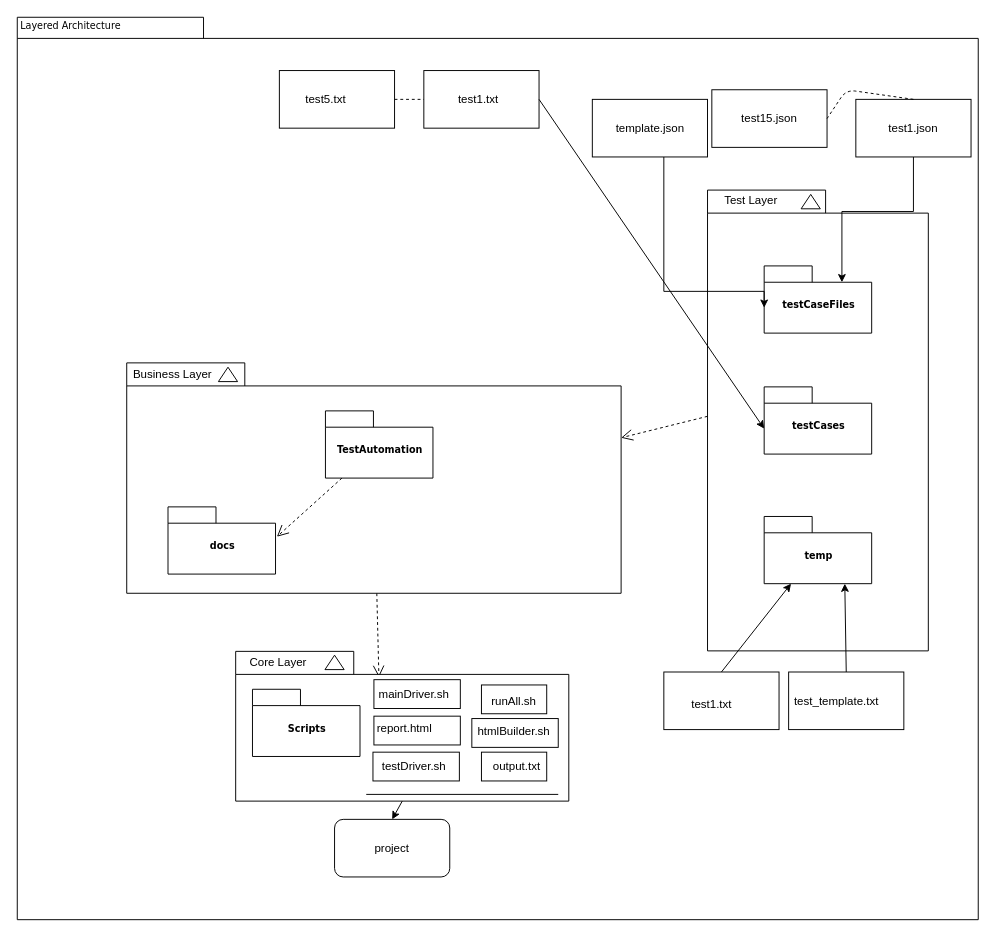
Above: Architectural-Framework.drawio in csci-362-01-2019/Team3 (draw.io), before the change. Source tidied: cells renumbered, new cells numbered last; positions are measured from the earlier drawing's top-left corner, leaving out a move shared by most shapes. Both pictures are drawn from the tidied source at 96%, with x=0, y=0 at pixel (16, 16).
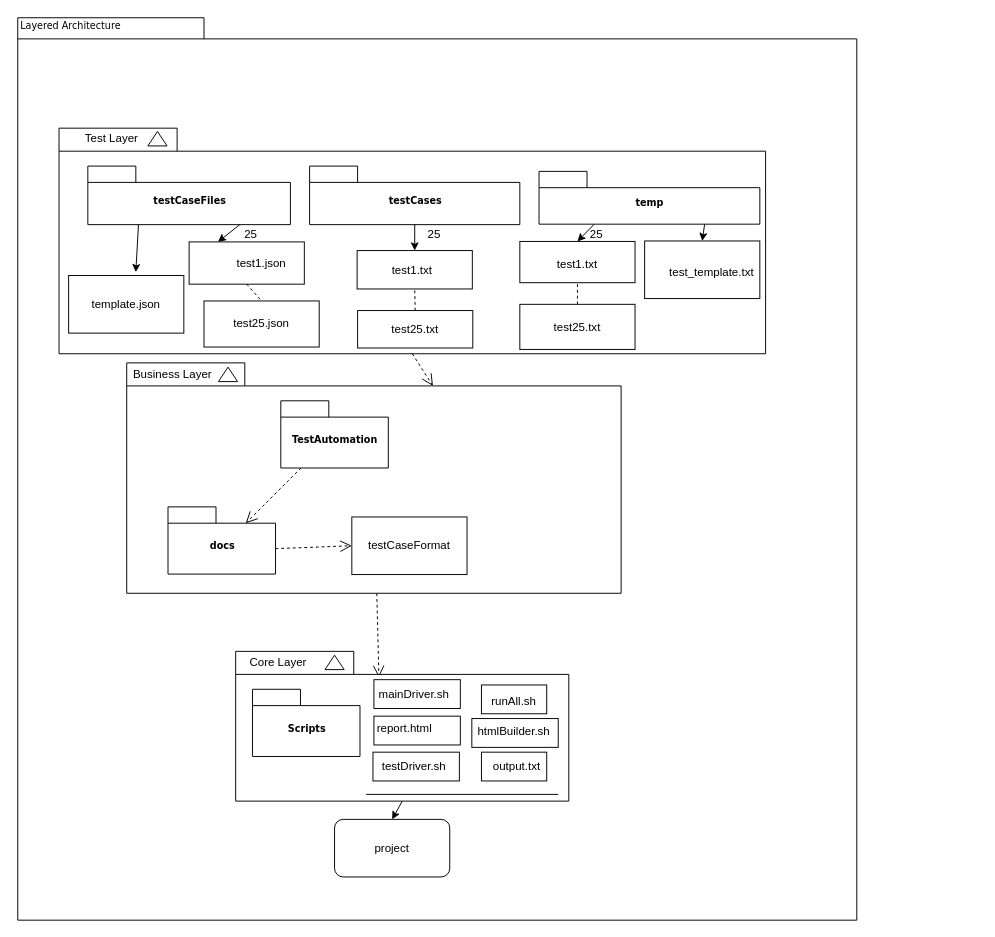
Above is the later version.

The change refers to these unchanged cells:
```xml
<mxCell id="12" style="shape=folder;fontStyle=1;spacingTop=10;tabWidth=123;tabHeight=24;tabPosition=left;html=1;rounded=0;shadow=0;comic=0;labelBackgroundColor=none;strokeColor=#000000;strokeWidth=1;fillColor=#ffffff;fontFamily=Verdana;fontSize=10;fontColor=#000000;align=center;" parent="1" vertex="1">
  <mxGeometry x="114.5" y="360.5" width="515" height="240" as="geometry" />
</mxCell>
<mxCell id="15" value="docs" style="shape=folder;fontStyle=1;spacingTop=10;tabWidth=50;tabHeight=17;tabPosition=left;html=1;rounded=0;shadow=0;comic=0;labelBackgroundColor=none;strokeColor=#000000;strokeWidth=1;fillColor=#ffffff;fontFamily=Verdana;fontSize=10;fontColor=#000000;align=center;" parent="1" vertex="1">
  <mxGeometry x="157.5" y="510.5" width="112" height="70" as="geometry" />
</mxCell>
```

Diff of the diagram source:
```diff
@@
     <mxCell id="2" style="shape=folder;fontStyle=1;spacingTop=10;tabWidth=194;tabHeight=22;tabPosition=left;html=1;rounded=0;shadow=0;comic=0;labelBackgroundColor=none;strokeColor=#000000;strokeWidth=1;fillColor=none;fontFamily=Verdana;fontSize=10;fontColor=#000000;align=center;" parent="1" vertex="1">
-      <mxGeometry x="0.5" y="0.5" width="1001" height="940" as="geometry" />
+      <mxGeometry x="1" y="1" width="874" height="940" as="geometry" />
     </mxCell>
     <mxCell id="3" style="group;" parent="1" vertex="1">
-      <mxGeometry x="719.5" y="180.5" width="230" height="480" as="geometry" />
+      <mxGeometry x="48" y="116" width="766" height="253.5" as="geometry" />
     </mxCell>
     <mxCell id="4" style="group;" parent="3" vertex="1">
-      <mxGeometry width="230" height="480" as="geometry" />
+      <mxGeometry x="-4" width="770" height="253.5" as="geometry" />
     </mxCell>
     <mxCell id="5" style="shape=folder;fontStyle=1;spacingTop=10;tabWidth=123;tabHeight=24;tabPosition=left;html=1;rounded=0;shadow=0;comic=0;labelBackgroundColor=none;strokeColor=#000000;strokeWidth=1;fillColor=#ffffff;fontFamily=Verdana;fontSize=10;fontColor=#000000;align=center;" parent="4" vertex="1">
-      <mxGeometry width="230" height="480" as="geometry" />
+      <mxGeometry width="736" height="235" as="geometry" />
     </mxCell>
-    <mxCell id="6" style="triangle;whiteSpace=wrap;html=1;rounded=0;shadow=0;comic=0;labelBackgroundColor=none;strokeColor=#000000;strokeWidth=1;fillColor=#ffffff;fontFamily=Verdana;fontSize=10;fontColor=#000000;align=center;rotation=-90;" parent="4" vertex="1">
-      <mxGeometry x="100" y="2" width="15" height="20" as="geometry" />
-    </mxCell>
     <mxCell id="7" value="testCaseFiles" style="shape=folder;fontStyle=1;spacingTop=10;tabWidth=50;tabHeight=17;tabPosition=left;html=1;rounded=0;shadow=0;comic=0;labelBackgroundColor=none;strokeColor=#000000;strokeWidth=1;fillColor=#ffffff;fontFamily=Verdana;fontSize=10;fontColor=#000000;align=center;" parent="4" vertex="1">
-      <mxGeometry x="59" y="79" width="112" height="70" as="geometry" />
+      <mxGeometry x="30" y="39.5" width="211" height="61" as="geometry" />
     </mxCell>
     <mxCell id="8" value="testCases" style="shape=folder;fontStyle=1;spacingTop=10;tabWidth=50;tabHeight=17;tabPosition=left;html=1;rounded=0;shadow=0;comic=0;labelBackgroundColor=none;strokeColor=#000000;strokeWidth=1;fillColor=#ffffff;fontFamily=Verdana;fontSize=10;fontColor=#000000;align=center;" parent="4" vertex="1">
-      <mxGeometry x="59" y="205" width="112" height="70" as="geometry" />
+      <mxGeometry x="261" y="39.5" width="219" height="61" as="geometry" />
     </mxCell>
     <mxCell id="9" value="temp" style="shape=folder;fontStyle=1;spacingTop=10;tabWidth=50;tabHeight=17;tabPosition=left;html=1;rounded=0;shadow=0;comic=0;labelBackgroundColor=none;strokeColor=#000000;strokeWidth=1;fillColor=#ffffff;fontFamily=Verdana;fontSize=10;fontColor=#000000;align=center;" parent="4" vertex="1">
-      <mxGeometry x="59" y="340" width="112" height="70" as="geometry" />
+      <mxGeometry x="500" y="45" width="230" height="55" as="geometry" />
     </mxCell>
     <mxCell id="10" value="Test Layer" style="text;html=1;strokeColor=none;fillColor=none;align=center;verticalAlign=middle;whiteSpace=wrap;rounded=0;" parent="4" vertex="1">
-      <mxGeometry width="90" height="20" as="geometry" />
+      <mxGeometry y="6" width="110" height="10" as="geometry" />
     </mxCell>
+    <mxCell id="61" style="triangle;whiteSpace=wrap;html=1;rounded=0;shadow=0;comic=0;labelBackgroundColor=none;strokeColor=#000000;strokeWidth=1;fillColor=#ffffff;fontFamily=Verdana;fontSize=10;fontColor=#000000;align=center;rotation=-90;" parent="4" vertex="1">
+      <mxGeometry x="95" y="1" width="15" height="20" as="geometry" />
+    </mxCell>
+    <mxCell id="29" style="rounded=0;whiteSpace=wrap;html=1;" parent="4" vertex="1">
+      <mxGeometry x="10" y="153.5" width="120" height="60" as="geometry" />
+    </mxCell>
+    <mxCell id="32" value="template.json" style="text;html=1;strokeColor=none;fillColor=none;align=center;verticalAlign=middle;whiteSpace=wrap;rounded=0;" parent="4" vertex="1">
+      <mxGeometry x="50" y="173.5" width="40" height="20" as="geometry" />
+    </mxCell>
+    <mxCell id="30" style="rounded=0;whiteSpace=wrap;html=1;" parent="4" vertex="1">
+      <mxGeometry x="135.5" y="118.5" width="120" height="44" as="geometry" />
+    </mxCell>
+    <mxCell id="31" style="rounded=0;whiteSpace=wrap;html=1;" parent="4" vertex="1">
+      <mxGeometry x="151" y="180" width="120" height="48" as="geometry" />
+    </mxCell>
+    <mxCell id="35" style="endArrow=none;dashed=1;html=1;entryX=0.5;entryY=0;entryDx=0;entryDy=0;exitX=0.5;exitY=1;exitDx=0;exitDy=0;" parent="4" edge="1" source="30" target="31">
+      <mxGeometry relative="1" as="geometry" />
+    </mxCell>
+    <mxCell id="42" style="rounded=0;whiteSpace=wrap;html=1;" parent="4" vertex="1">
+      <mxGeometry x="610" y="117.5" width="120" height="60" as="geometry" />
+    </mxCell>
+    <mxCell id="43" value="test_template.txt" style="text;html=1;strokeColor=none;fillColor=none;align=center;verticalAlign=middle;whiteSpace=wrap;rounded=0;" parent="4" vertex="1">
+      <mxGeometry x="650" y="141" width="60" height="20" as="geometry" />
+    </mxCell>
+    <mxCell id="62" style="endArrow=classic;html=1;entryX=0.5;entryY=0;entryDx=0;entryDy=0;exitX=0.75;exitY=1;exitDx=0;exitDy=0;exitPerimeter=0;" parent="4" edge="1" source="9" target="42">
+      <mxGeometry relative="1" as="geometry" />
+    </mxCell>
+    <mxCell id="44" style="rounded=0;whiteSpace=wrap;html=1;" parent="4" vertex="1">
+      <mxGeometry x="480" y="118" width="120" height="43" as="geometry" />
+    </mxCell>
+    <mxCell id="46" style="endArrow=classic;html=1;entryX=0.5;entryY=0;entryDx=0;entryDy=0;exitX=0.25;exitY=1;exitDx=0;exitDy=0;exitPerimeter=0;" parent="4" edge="1" source="9" target="44">
+      <mxGeometry relative="1" as="geometry" />
+    </mxCell>
+    <mxCell id="63" style="rounded=0;whiteSpace=wrap;html=1;" parent="4" vertex="1">
+      <mxGeometry x="480" y="183.5" width="120" height="47" as="geometry" />
+    </mxCell>
+    <mxCell id="64" style="endArrow=none;dashed=1;html=1;entryX=0.5;entryY=1;entryDx=0;entryDy=0;exitX=0.5;exitY=0;exitDx=0;exitDy=0;" parent="4" edge="1" source="63" target="44">
+      <mxGeometry relative="1" as="geometry" />
+    </mxCell>
+    <mxCell id="45" value="test1.txt" style="text;html=1;strokeColor=none;fillColor=none;align=center;verticalAlign=middle;whiteSpace=wrap;rounded=0;" parent="4" vertex="1">
+      <mxGeometry x="520" y="132" width="40" height="20" as="geometry" />
+    </mxCell>
+    <mxCell id="65" value="test25.txt" style="text;html=1;strokeColor=none;fillColor=none;align=center;verticalAlign=middle;whiteSpace=wrap;rounded=0;" parent="4" vertex="1">
+      <mxGeometry x="520" y="198" width="40" height="20" as="geometry" />
+    </mxCell>
+    <mxCell id="66" value="25" style="text;html=1;strokeColor=none;fillColor=none;align=center;verticalAlign=middle;whiteSpace=wrap;rounded=0;" parent="4" vertex="1">
+      <mxGeometry x="540" y="100.5" width="40" height="20" as="geometry" />
+    </mxCell>
+    <mxCell id="33" value="test1.json" style="text;html=1;strokeColor=none;fillColor=none;align=center;verticalAlign=middle;whiteSpace=wrap;rounded=0;" parent="4" vertex="1">
+      <mxGeometry x="191" y="130.5" width="40" height="20" as="geometry" />
+    </mxCell>
+    <mxCell id="34" value="test25.json" style="text;html=1;strokeColor=none;fillColor=none;align=center;verticalAlign=middle;whiteSpace=wrap;rounded=0;" parent="4" vertex="1">
+      <mxGeometry x="191" y="193.5" width="40" height="20" as="geometry" />
+    </mxCell>
+    <mxCell id="36" style="rounded=0;whiteSpace=wrap;html=1;" parent="4" vertex="1">
+      <mxGeometry x="310.5" y="127.5" width="120" height="40" as="geometry" />
+    </mxCell>
+    <mxCell id="38" style="rounded=0;whiteSpace=wrap;html=1;" parent="4" vertex="1">
+      <mxGeometry x="311" y="190" width="120" height="39" as="geometry" />
+    </mxCell>
+    <mxCell id="40" style="endArrow=none;dashed=1;html=1;entryX=0.5;entryY=1;entryDx=0;entryDy=0;exitX=0.5;exitY=0;exitDx=0;exitDy=0;" parent="4" edge="1" source="38" target="36">
+      <mxGeometry relative="1" as="geometry" />
+    </mxCell>
+    <mxCell id="41" style="endArrow=classic;html=1;exitX=0.5;exitY=1;exitDx=0;exitDy=0;exitPerimeter=0;entryX=0.5;entryY=0;entryDx=0;entryDy=0;" parent="4" edge="1" source="8" target="36">
+      <mxGeometry relative="1" as="geometry" />
+    </mxCell>
+    <mxCell id="37" value="test1.txt" style="text;html=1;strokeColor=none;fillColor=none;align=center;verticalAlign=middle;whiteSpace=wrap;rounded=0;" parent="4" vertex="1">
+      <mxGeometry x="348" y="137.5" width="40" height="20" as="geometry" />
+    </mxCell>
+    <mxCell id="39" value="test25.txt" style="text;html=1;strokeColor=none;fillColor=none;align=center;verticalAlign=middle;whiteSpace=wrap;rounded=0;" parent="4" vertex="1">
+      <mxGeometry x="351" y="199.5" width="40" height="20" as="geometry" />
+    </mxCell>
+    <mxCell id="67" value="25" style="text;html=1;strokeColor=none;fillColor=none;align=center;verticalAlign=middle;whiteSpace=wrap;rounded=0;" parent="4" vertex="1">
+      <mxGeometry x="370.5" y="100.5" width="40" height="20" as="geometry" />
+    </mxCell>
+    <mxCell id="68" style="endArrow=classic;html=1;entryX=0.583;entryY=-0.058;entryDx=0;entryDy=0;entryPerimeter=0;exitX=0.25;exitY=1;exitDx=0;exitDy=0;exitPerimeter=0;" parent="4" edge="1" source="7" target="29">
+      <mxGeometry relative="1" as="geometry" />
+    </mxCell>
+    <mxCell id="69" style="endArrow=classic;html=1;entryX=0.25;entryY=0;entryDx=0;entryDy=0;exitX=0.75;exitY=1;exitDx=0;exitDy=0;exitPerimeter=0;" parent="4" edge="1" source="7" target="30">
+      <mxGeometry relative="1" as="geometry" />
+    </mxCell>
+    <mxCell id="70" value="25" style="text;html=1;strokeColor=none;fillColor=none;align=center;verticalAlign=middle;whiteSpace=wrap;rounded=0;" parent="4" vertex="1">
+      <mxGeometry x="180" y="100.5" width="40" height="20" as="geometry" />
+    </mxCell>
@@
-    <mxCell id="13" style="edgeStyle=none;rounded=0;html=1;dashed=1;labelBackgroundColor=none;startFill=0;endArrow=open;endFill=0;endSize=10;fontFamily=Verdana;fontSize=10;entryX=1.013;entryY=0.444;entryPerimeter=0;" parent="1" edge="1" source="14" target="15">
+    <mxCell id="13" style="edgeStyle=none;rounded=0;html=1;dashed=1;labelBackgroundColor=none;startFill=0;endArrow=open;endFill=0;endSize=10;fontFamily=Verdana;fontSize=10;entryX=0;entryY=0;entryPerimeter=0;entryDx=81;entryDy=17;" parent="1" edge="1" source="14" target="15">
       <mxGeometry relative="1" as="geometry" />
     </mxCell>
     <mxCell id="14" value="TestAutomation" style="shape=folder;fontStyle=1;spacingTop=10;tabWidth=50;tabHeight=17;tabPosition=left;html=1;rounded=0;shadow=0;comic=0;labelBackgroundColor=none;strokeColor=#000000;strokeWidth=1;fillColor=#ffffff;fontFamily=Verdana;fontSize=10;fontColor=#000000;align=center;" parent="1" vertex="1">
-      <mxGeometry x="321.5" y="410.5" width="112" height="70" as="geometry" />
+      <mxGeometry x="275" y="400" width="112" height="70" as="geometry" />
     </mxCell>
@@
-    <mxCell id="26" style="edgeStyle=none;rounded=0;html=1;dashed=1;labelBackgroundColor=none;startFill=0;endArrow=open;endFill=0;endSize=10;fontFamily=Verdana;fontSize=10;exitX=0;exitY=0.491;exitPerimeter=0;entryX=0;entryY=0;entryDx=515;entryDy=78;entryPerimeter=0;exitDx=0;exitDy=0;" parent="1" edge="1" source="5" target="12">
+    <mxCell id="26" style="edgeStyle=none;rounded=0;html=1;dashed=1;labelBackgroundColor=none;startFill=0;endArrow=open;endFill=0;endSize=10;fontFamily=Verdana;fontSize=10;exitX=0.5;exitY=1;exitPerimeter=0;entryX=0;entryY=0;entryDx=319;entryDy=24;entryPerimeter=0;exitDx=0;exitDy=0;" parent="1" edge="1" source="5" target="12">
       <mxGeometry relative="1" as="geometry" />
     </mxCell>
-    <mxCell id="27" style="edgeStyle=orthogonalEdgeStyle;rounded=0;jettySize=auto;html=1;entryX=0;entryY=0;entryDx=0;entryDy=43.5;entryPerimeter=0;" parent="1" edge="1" source="29" target="7">
-      <mxGeometry relative="1" as="geometry">
-        <Array as="points">
-          <mxPoint x="674" y="286" />
-          <mxPoint x="779" y="286" />
-        </Array>
-      </mxGeometry>
-    </mxCell>
-    <mxCell id="28" style="edgeStyle=orthogonalEdgeStyle;rounded=0;jettySize=auto;html=1;entryX=0;entryY=0;entryDx=81;entryDy=17;entryPerimeter=0;exitX=0.5;exitY=1;exitDx=0;exitDy=0;" parent="1" edge="1" source="30" target="7">
-      <mxGeometry relative="1" as="geometry" />
-    </mxCell>
-    <mxCell id="29" style="rounded=0;whiteSpace=wrap;html=1;" parent="1" vertex="1">
-      <mxGeometry x="599.5" y="86" width="120" height="60" as="geometry" />
-    </mxCell>
-    <mxCell id="30" style="rounded=0;whiteSpace=wrap;html=1;" parent="1" vertex="1">
-      <mxGeometry x="874" y="86" width="120" height="60" as="geometry" />
-    </mxCell>
-    <mxCell id="31" style="rounded=0;whiteSpace=wrap;html=1;" parent="1" vertex="1">
-      <mxGeometry x="724" y="76" width="120" height="60" as="geometry" />
-    </mxCell>
-    <mxCell id="32" value="template.json" style="text;html=1;strokeColor=none;fillColor=none;align=center;verticalAlign=middle;whiteSpace=wrap;rounded=0;" parent="1" vertex="1">
-      <mxGeometry x="639.5" y="106" width="40" height="20" as="geometry" />
-    </mxCell>
-    <mxCell id="33" value="test1.json" style="text;html=1;strokeColor=none;fillColor=none;align=center;verticalAlign=middle;whiteSpace=wrap;rounded=0;" parent="1" vertex="1">
-      <mxGeometry x="914" y="106" width="40" height="20" as="geometry" />
-    </mxCell>
-    <mxCell id="34" value="test15.json" style="text;html=1;strokeColor=none;fillColor=none;align=center;verticalAlign=middle;whiteSpace=wrap;rounded=0;" parent="1" vertex="1">
-      <mxGeometry x="764" y="96" width="40" height="20" as="geometry" />
-    </mxCell>
-    <mxCell id="35" style="endArrow=none;dashed=1;html=1;entryX=1;entryY=0.5;entryDx=0;entryDy=0;exitX=0.5;exitY=0;exitDx=0;exitDy=0;" parent="1" edge="1" source="30" target="31">
-      <mxGeometry relative="1" as="geometry">
-        <Array as="points">
-          <mxPoint x="864" y="76" />
-        </Array>
-      </mxGeometry>
-    </mxCell>
-    <mxCell id="36" style="rounded=0;whiteSpace=wrap;html=1;" parent="1" vertex="1">
-      <mxGeometry x="424" y="56" width="120" height="60" as="geometry" />
-    </mxCell>
-    <mxCell id="37" value="test1.txt" style="text;html=1;strokeColor=none;fillColor=none;align=center;verticalAlign=middle;whiteSpace=wrap;rounded=0;" parent="1" vertex="1">
-      <mxGeometry x="461" y="76" width="40" height="20" as="geometry" />
-    </mxCell>
-    <mxCell id="38" style="rounded=0;whiteSpace=wrap;html=1;" parent="1" vertex="1">
-      <mxGeometry x="273.5" y="56" width="120" height="60" as="geometry" />
-    </mxCell>
-    <mxCell id="39" value="test5.txt" style="text;html=1;strokeColor=none;fillColor=none;align=center;verticalAlign=middle;whiteSpace=wrap;rounded=0;" parent="1" vertex="1">
-      <mxGeometry x="301.5" y="76" width="40" height="20" as="geometry" />
-    </mxCell>
-    <mxCell id="40" style="endArrow=none;dashed=1;html=1;entryX=0;entryY=0.5;entryDx=0;entryDy=0;exitX=1;exitY=0.5;exitDx=0;exitDy=0;" parent="1" edge="1" source="38" target="36">
-      <mxGeometry relative="1" as="geometry" />
-    </mxCell>
-    <mxCell id="41" style="endArrow=classic;html=1;entryX=0;entryY=0;entryDx=0;entryDy=43.5;entryPerimeter=0;exitX=1;exitY=0.5;exitDx=0;exitDy=0;" parent="1" edge="1" source="36" target="8">
-      <mxGeometry relative="1" as="geometry" />
-    </mxCell>
-    <mxCell id="42" style="rounded=0;whiteSpace=wrap;html=1;" parent="1" vertex="1">
-      <mxGeometry x="804" y="682.5" width="120" height="60" as="geometry" />
-    </mxCell>
-    <mxCell id="43" value="test_template.txt" style="text;html=1;strokeColor=none;fillColor=none;align=center;verticalAlign=middle;whiteSpace=wrap;rounded=0;" parent="1" vertex="1">
-      <mxGeometry x="824" y="703" width="60" height="20" as="geometry" />
-    </mxCell>
-    <mxCell id="44" style="rounded=0;whiteSpace=wrap;html=1;" parent="1" vertex="1">
-      <mxGeometry x="674" y="682.5" width="120" height="60" as="geometry" />
-    </mxCell>
-    <mxCell id="45" value="test1.txt" style="text;html=1;strokeColor=none;fillColor=none;align=center;verticalAlign=middle;whiteSpace=wrap;rounded=0;" parent="1" vertex="1">
-      <mxGeometry x="704" y="705.5" width="40" height="20" as="geometry" />
-    </mxCell>
-    <mxCell id="46" style="endArrow=classic;html=1;entryX=0.25;entryY=1;entryDx=0;entryDy=0;entryPerimeter=0;exitX=0.5;exitY=0;exitDx=0;exitDy=0;" parent="1" edge="1" source="44" target="9">
-      <mxGeometry relative="1" as="geometry" />
-    </mxCell>
-    <mxCell id="47" style="endArrow=classic;html=1;entryX=0.75;entryY=1;entryDx=0;entryDy=0;entryPerimeter=0;exitX=0.5;exitY=0;exitDx=0;exitDy=0;" parent="1" edge="1" source="42" target="9">
-      <mxGeometry relative="1" as="geometry" />
-    </mxCell>
@@
+    <mxCell id="71" style="rounded=0;whiteSpace=wrap;html=1;" parent="1" vertex="1">
+      <mxGeometry x="349" y="521" width="120" height="60" as="geometry" />
+    </mxCell>
+    <mxCell id="72" value="testCaseFormat" style="text;html=1;strokeColor=none;fillColor=none;align=center;verticalAlign=middle;whiteSpace=wrap;rounded=0;" parent="1" vertex="1">
+      <mxGeometry x="374" y="541" width="70" height="20" as="geometry" />
+    </mxCell>
+    <mxCell id="73" style="edgeStyle=none;rounded=0;html=1;dashed=1;labelBackgroundColor=none;startFill=0;endArrow=open;endFill=0;endSize=10;fontFamily=Verdana;fontSize=10;entryX=0;entryY=0.5;entryDx=0;entryDy=0;exitX=0;exitY=0;exitDx=112;exitDy=43.5;exitPerimeter=0;" parent="1" edge="1" source="15" target="71">
+      <mxGeometry relative="1" as="geometry" />
+    </mxCell>
```
